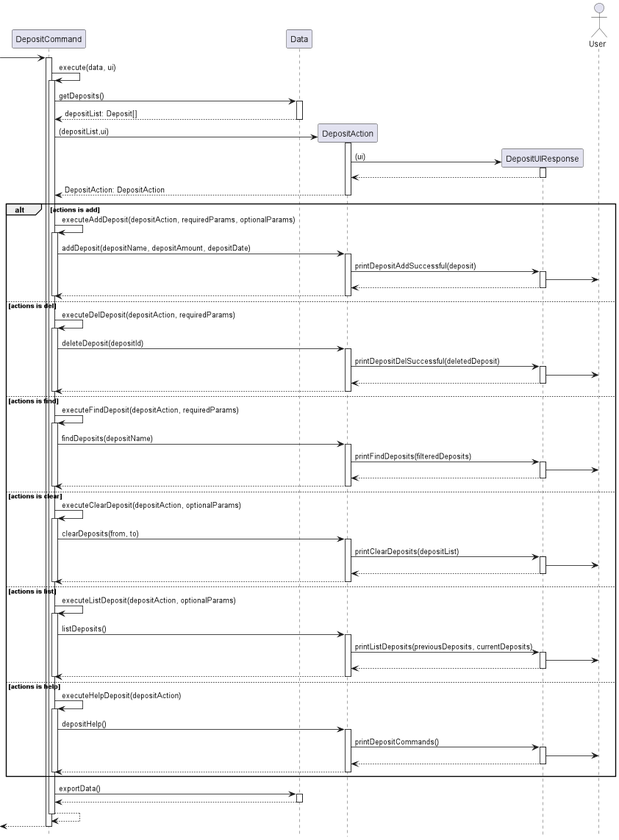
Above: docs/images/DepositCommandSequence.png in stephenkyang/tp (PlantUML), before the change.
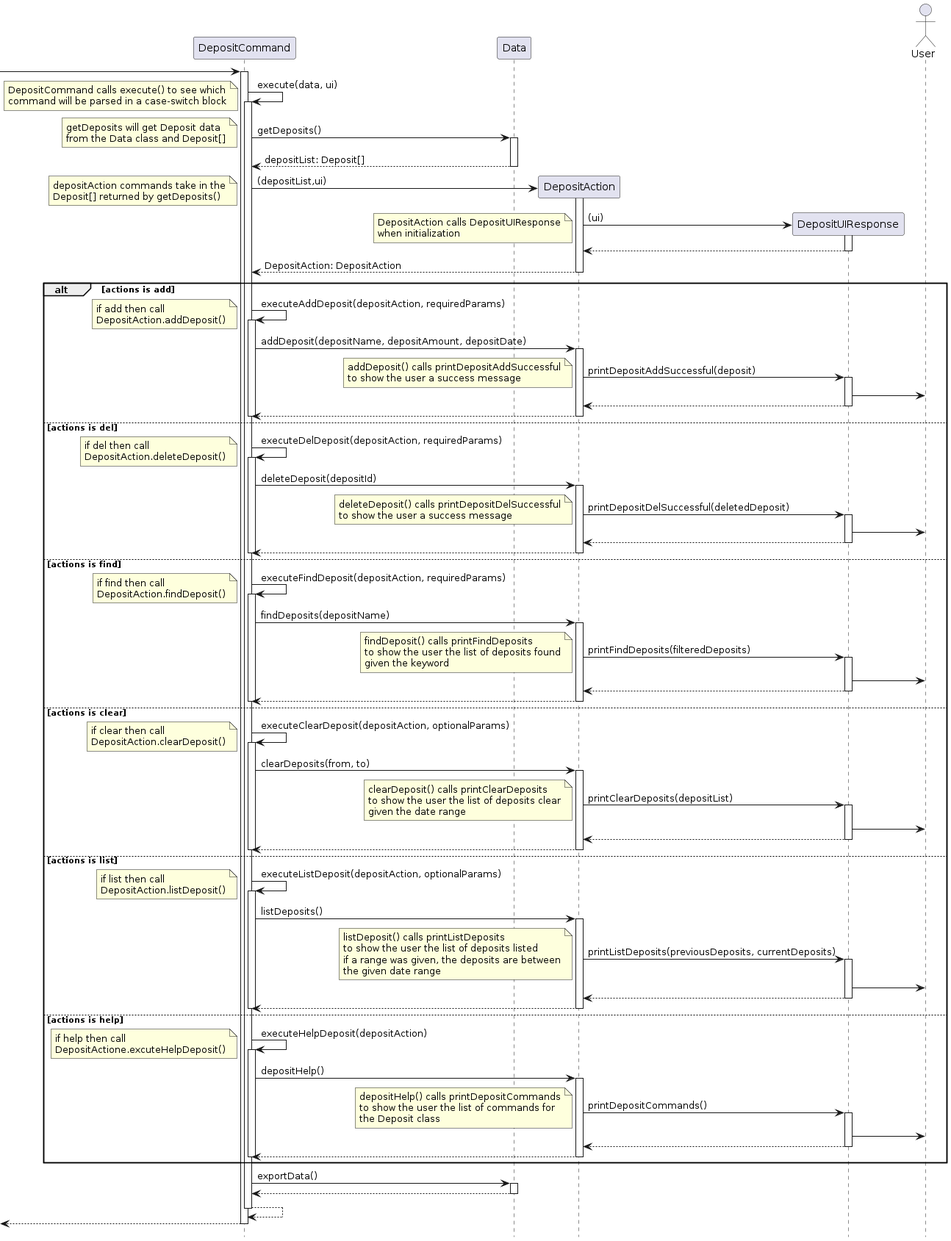
The same diagram one commit later.

The edit, as a diff of the source:
```diff
@@ -12,16 +12,32 @@
 
 activate "DepositCommand"
 "DepositCommand" -> "DepositCommand": execute(data, ui)
+note left
+    DepositCommand calls execute() to see which
+    command will be parsed in a case-switch block
+ end note
 activate  "DepositCommand"
 "DepositCommand" -> "Data": getDeposits()
+ note left
+    getDeposits will get Deposit data
+    from the Data class and Deposit[]
+ end note
 activate "Data"
 return depositList: Deposit[]
 deactivate "Data"
 
 "DepositCommand" -> "DepositAction" ** : (depositList,ui)
+ note left
+    depositAction commands take in the
+    Deposit[] returned by getDeposits()
+ end note
 activate "DepositAction"
 
 "DepositAction" -> "DepositUIResponse" ** : (ui)
+note left
+    DepositAction calls DepositUIResponse
+    when initialization
+ end note
 activate "DepositUIResponse"
 "DepositUIResponse" --> "DepositAction"
 deactivate "DepositUIResponse"
@@ -31,11 +47,21 @@
 
 
 alt actions is add
-"DepositCommand" -> "DepositCommand": executeAddDeposit(depositAction, requiredParams, optionalParams)
+"DepositCommand" -> "DepositCommand": executeAddDeposit(depositAction, requiredParams)
+note left
+    if add then call
+    DepositAction.addDeposit()
+ end note
+
 activate "DepositCommand"
 "DepositCommand" -> "DepositAction" : addDeposit(depositName, depositAmount, depositDate)
 activate "DepositAction"
 "DepositAction" -> "DepositUIResponse" : printDepositAddSuccessful(deposit)
+note left
+    addDeposit() calls printDepositAddSuccessful
+    to show the user a success message
+ end note
+
 activate "DepositUIResponse"
 "DepositUIResponse" -> User
 return
@@ -45,10 +71,18 @@
 
 else actions is del
 "DepositCommand" -> "DepositCommand": executeDelDeposit(depositAction, requiredParams)
+note left
+    if del then call
+    DepositAction.deleteDeposit()
+ end note
 activate "DepositCommand"
 "DepositCommand" -> "DepositAction" : deleteDeposit(depositId)
 activate "DepositAction"
 "DepositAction" -> "DepositUIResponse" : printDepositDelSuccessful(deletedDeposit)
+note left
+    deleteDeposit() calls printDepositDelSuccessful
+    to show the user a success message
+ end note
 activate "DepositUIResponse"
 "DepositUIResponse" -> User
 return
@@ -58,10 +92,21 @@
 
 else actions is find
 "DepositCommand" -> "DepositCommand": executeFindDeposit(depositAction, requiredParams)
+note left
+    if find then call
+    DepositAction.findDeposit()
+ end note
 activate "DepositCommand"
 "DepositCommand" -> "DepositAction" : findDeposits(depositName)
+
 activate "DepositAction"
+
 "DepositAction" -> "DepositUIResponse" : printFindDeposits(filteredDeposits)
+note left
+    findDeposit() calls printFindDeposits
+    to show the user the list of deposits found
+    given the keyword
+ end note
 activate "DepositUIResponse"
 "DepositUIResponse" -> User
 return
@@ -71,10 +116,21 @@
 
 else actions is clear
 "DepositCommand" -> "DepositCommand": executeClearDeposit(depositAction, optionalParams)
+note left
+    if clear then call
+    DepositAction.clearDeposit()
+ end note
 activate "DepositCommand"
 "DepositCommand" -> "DepositAction" : clearDeposits(from, to)
+
 activate "DepositAction"
+
 "DepositAction" -> "DepositUIResponse" : printClearDeposits(depositList)
+note left
+    clearDeposit() calls printClearDeposits
+    to show the user the list of deposits clear
+    given the date range
+end note
 activate "DepositUIResponse"
 "DepositUIResponse" -> User
 return
@@ -84,10 +140,20 @@
 
 else actions is list
 "DepositCommand" -> "DepositCommand": executeListDeposit(depositAction, optionalParams)
+note left
+    if list then call
+    DepositAction.listDeposit()
+ end note
 activate "DepositCommand"
 "DepositCommand" -> "DepositAction" : listDeposits()
 activate "DepositAction"
 "DepositAction" -> "DepositUIResponse" : printListDeposits(previousDeposits, currentDeposits)
+note left
+    listDeposit() calls printListDeposits
+    to show the user the list of deposits listed
+    if a range was given, the deposits are between
+    the given date range
+end note
 activate "DepositUIResponse"
 "DepositUIResponse" -> User
 return
@@ -96,22 +162,35 @@
 deactivate "DepositCommand"
 
 else actions is help
+
 "DepositCommand" -> "DepositCommand": executeHelpDeposit(depositAction)
+note left
+    if help then call
+    DepositActione.excuteHelpDeposit()
+ end note
 activate "DepositCommand"
 "DepositCommand" -> "DepositAction" : depositHelp()
 activate "DepositAction"
 "DepositAction" -> "DepositUIResponse" : printDepositCommands()
+note left
+    depositHelp() calls printDepositCommands
+    to show the user the list of commands for
+    the Deposit class
+end note
 activate "DepositUIResponse"
 "DepositUIResponse" -> User
 return
 return
 
 deactivate "DepositCommand"
+
 end
 
 "DepositCommand" -> "Data": exportData()
+
 activate "Data"
 return
+
 deactivate "Data"
 
 "DepositCommand" --> "DepositCommand"
```
